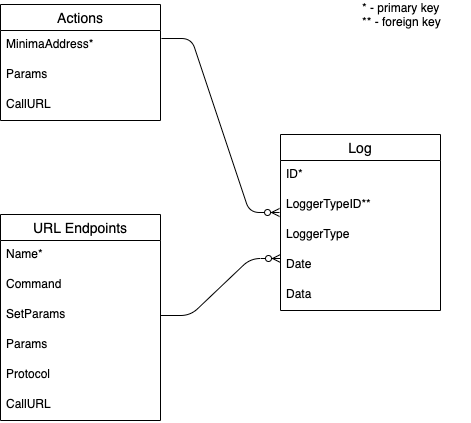
The draw.io diagram docs/images/dbase.png in minima-global/emh, before a commit. Source tidied: cells renumbered, new cells last; positions are measured from the earlier drawing's top-left corner, leaving out a move shared by most shapes.
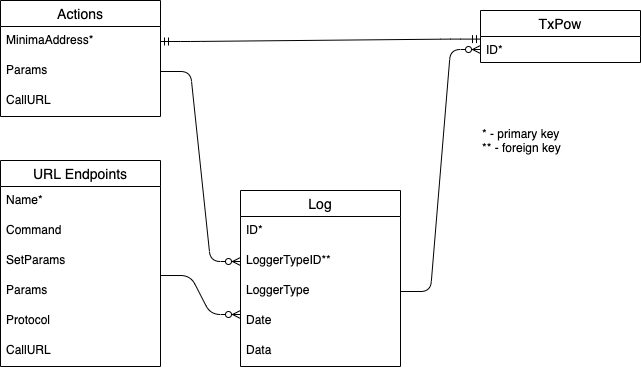
Above is the later version.

Commit message:
TxPow database table

Diff of the diagram source:
```diff
@@ -3,7 +3,7 @@
     <mxCell id="0" />
     <mxCell id="1" parent="0" />
     <mxCell id="2" value="Log" style="swimlane;fontStyle=0;horizontal=1;startSize=26;align=center;fontSize=14;" parent="1" vertex="1">
-      <mxGeometry x="280" y="130" width="160" height="176" as="geometry" />
+      <mxGeometry x="240" y="240" width="160" height="176" as="geometry" />
     </mxCell>
     <mxCell id="3" value="ID*" style="text;strokeColor=none;fillColor=none;spacingLeft=4;spacingRight=4;overflow=hidden;fontSize=12;" parent="2" vertex="1">
       <mxGeometry y="26" width="160" height="30" as="geometry" />
@@ -17,7 +17,7 @@
     <mxCell id="6" value="Date" style="text;strokeColor=none;fillColor=none;spacingLeft=4;spacingRight=4;overflow=hidden;fontSize=12;" parent="2" vertex="1">
       <mxGeometry y="116" width="160" height="30" as="geometry" />
     </mxCell>
-    <mxCell id="7" style="edgeStyle=entityRelationEdgeStyle;fontSize=12;html=1;endArrow=ERzeroToMany;endFill=1;" parent="2" edge="1" source="12">
+    <mxCell id="7" style="edgeStyle=entityRelationEdgeStyle;fontSize=12;html=1;endArrow=ERzeroToMany;endFill=1;exitX=1;exitY=-0.033;exitDx=0;exitDy=0;exitPerimeter=0;" parent="2" edge="1" source="13">
       <mxGeometry relative="1" as="geometry">
         <mxPoint y="124" as="targetPoint" />
       </mxGeometry>
@@ -47,7 +47,7 @@
       <mxGeometry y="176" width="160" height="30" as="geometry" />
     </mxCell>
     <mxCell id="16" value="Actions" style="swimlane;fontStyle=0;horizontal=1;startSize=26;align=center;fontSize=14;" parent="1" vertex="1">
-      <mxGeometry width="160" height="116" as="geometry" />
+      <mxGeometry y="50" width="160" height="116" as="geometry" />
     </mxCell>
     <mxCell id="17" value="MinimaAddress*" style="text;strokeColor=none;fillColor=none;spacingLeft=4;spacingRight=4;overflow=hidden;points=[[0,0.5],[1,0.5]];portConstraint=eastwest;fontSize=12;" parent="16" vertex="1">
       <mxGeometry y="26" width="160" height="30" as="geometry" />
@@ -58,11 +58,23 @@
     <mxCell id="19" value="CallURL" style="text;strokeColor=none;fillColor=none;spacingLeft=4;spacingRight=4;overflow=hidden;fontSize=12;" parent="16" vertex="1">
       <mxGeometry y="86" width="160" height="30" as="geometry" />
     </mxCell>
-    <mxCell id="20" style="edgeStyle=entityRelationEdgeStyle;fontSize=12;html=1;endArrow=ERzeroToMany;endFill=1;exitX=1.006;exitY=0.267;exitDx=0;exitDy=0;exitPerimeter=0;entryX=-0.006;entryY=0.733;entryDx=0;entryDy=0;entryPerimeter=0;" parent="1" edge="1" source="17" target="4">
+    <mxCell id="20" style="edgeStyle=entityRelationEdgeStyle;fontSize=12;html=1;endArrow=ERzeroToMany;endFill=1;exitX=1;exitY=0.5;exitDx=0;exitDy=0;entryX=0;entryY=0.5;entryDx=0;entryDy=0;" parent="1" edge="1" source="18" target="4">
       <mxGeometry relative="1" as="geometry" />
     </mxCell>
     <mxCell id="21" value="* - primary key&lt;br&gt;** - foreign key" style="text;html=1;strokeColor=none;fillColor=none;align=left;verticalAlign=middle;whiteSpace=wrap;rounded=0;" parent="1" vertex="1">
-      <mxGeometry x="360" width="110" height="20" as="geometry" />
+      <mxGeometry x="480" y="180" width="110" height="20" as="geometry" />
     </mxCell>
+    <mxCell id="22" value="TxPow" style="swimlane;fontStyle=0;horizontal=1;startSize=26;align=center;fontSize=14;" parent="1" vertex="1">
+      <mxGeometry x="480" y="60" width="160" height="52" as="geometry" />
+    </mxCell>
+    <mxCell id="23" value="ID*" style="text;strokeColor=none;fillColor=none;spacingLeft=4;spacingRight=4;overflow=hidden;points=[[0,0.5],[1,0.5]];portConstraint=eastwest;fontSize=12;" parent="22" vertex="1">
+      <mxGeometry y="26" width="160" height="26" as="geometry" />
+    </mxCell>
+    <mxCell id="24" style="edgeStyle=entityRelationEdgeStyle;fontSize=12;html=1;endArrow=ERmandOne;startArrow=ERmandOne;exitX=1;exitY=0.5;exitDx=0;exitDy=0;entryX=0;entryY=0.1;entryDx=0;entryDy=0;entryPerimeter=0;" parent="1" edge="1" source="17" target="23">
+      <mxGeometry relative="1" as="geometry" />
+    </mxCell>
+    <mxCell id="25" style="edgeStyle=entityRelationEdgeStyle;fontSize=12;html=1;endArrow=ERzeroToMany;endFill=1;entryX=0;entryY=0.5;entryDx=0;entryDy=0;exitX=1;exitY=0.5;exitDx=0;exitDy=0;" parent="1" edge="1" source="5" target="23">
+      <mxGeometry relative="1" as="geometry" />
+    </mxCell>
   </root>
 </mxGraphModel>
```
